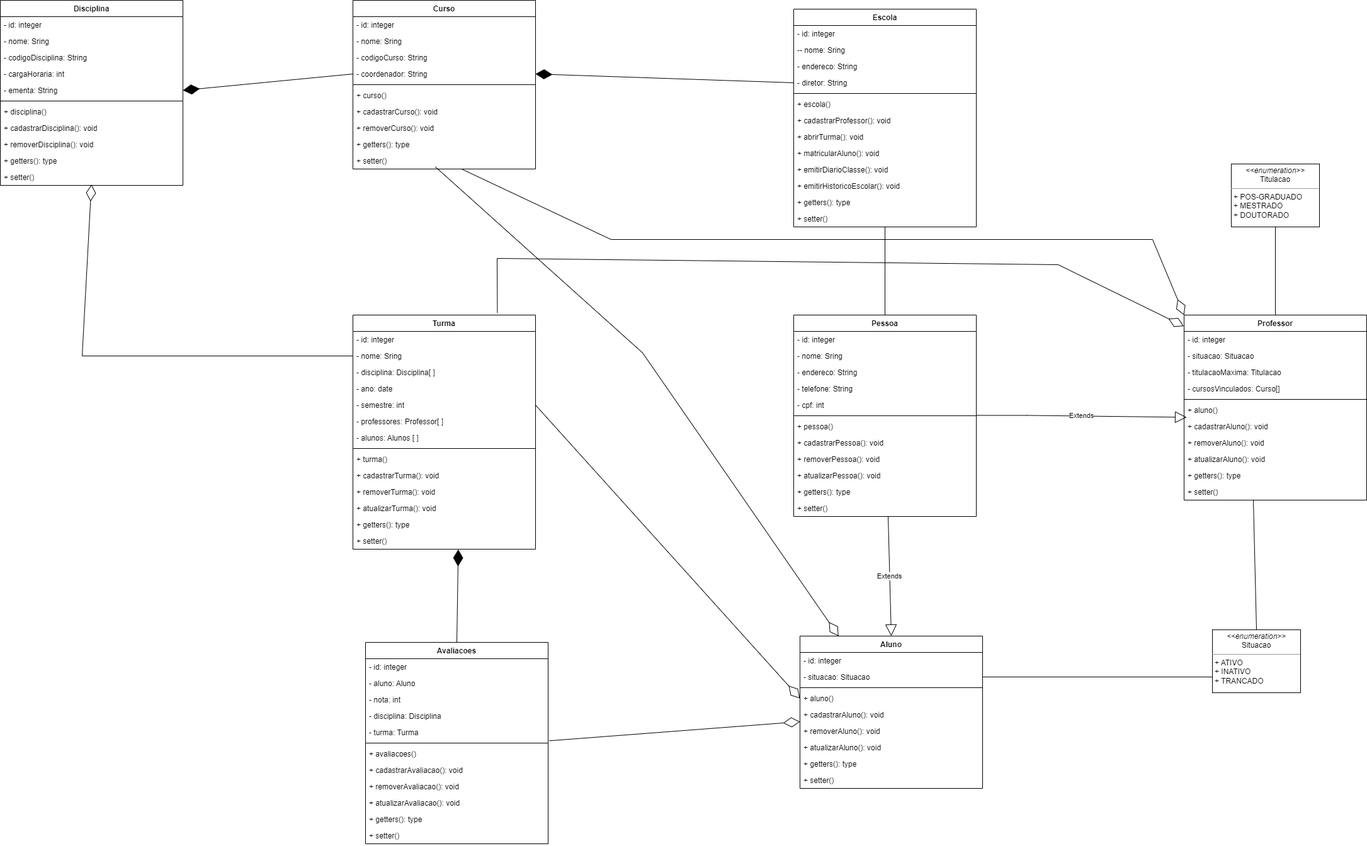
Earlier version of the draw.io export Diagrams/prova-Diagram-Q2-draw.drawio.png (edsonsreis/Avaliacao_OOP). Source tidied: cells renumbered, new cells last; positions are measured from the earlier drawing's top-left corner, leaving out a move shared by most shapes.
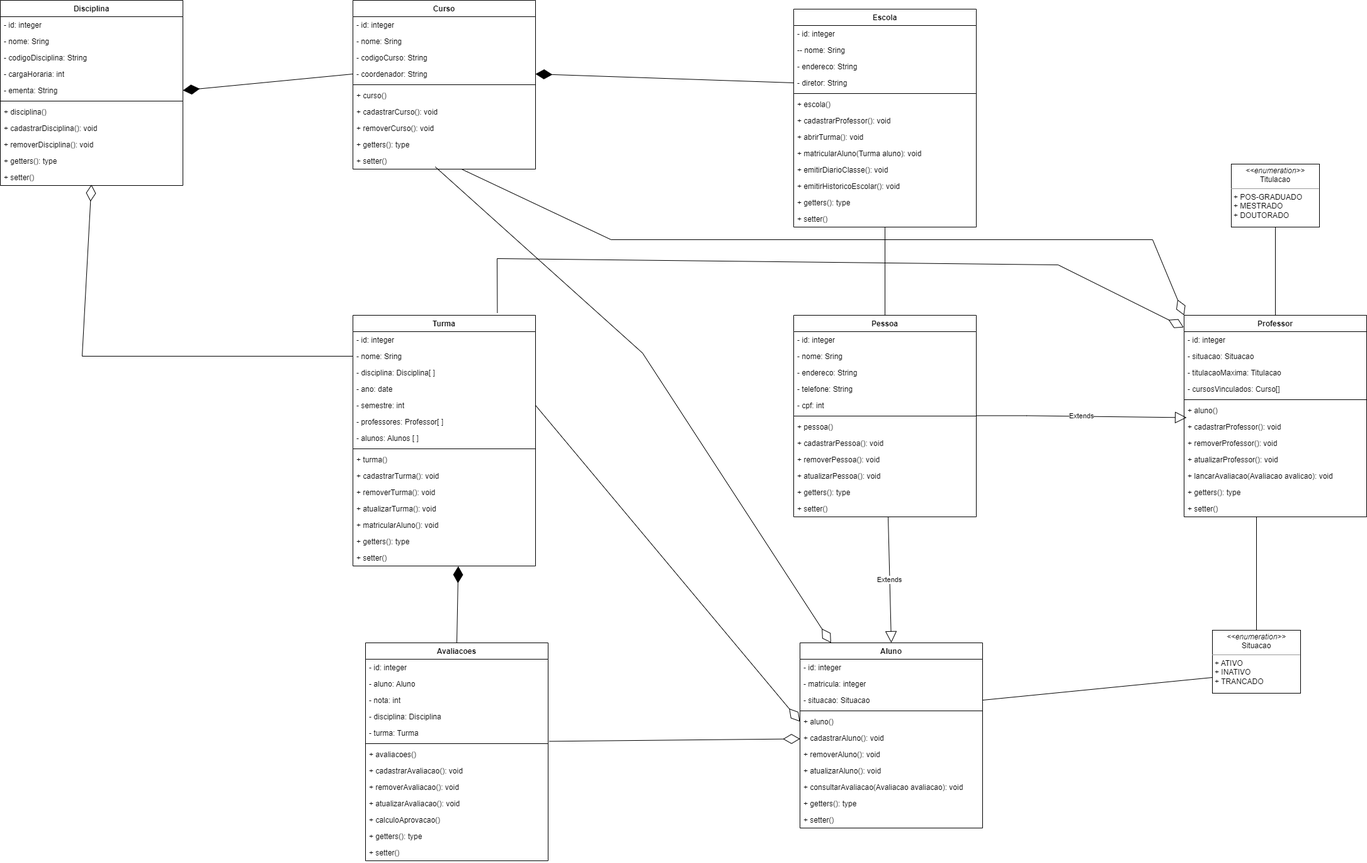
Above is the later version.

The edit, as a diff of the source:
```diff
@@ -29,7 +29,7 @@
     <mxCell id="10" value="+ abrirTurma(): void" style="text;strokeColor=none;fillColor=none;align=left;verticalAlign=top;spacingLeft=4;spacingRight=4;overflow=hidden;whiteSpace=wrap;html=1;" parent="2" vertex="1">
       <mxGeometry y="190" width="290" height="26" as="geometry" />
     </mxCell>
-    <mxCell id="11" value="+ matricularAluno(): void" style="text;strokeColor=none;fillColor=none;align=left;verticalAlign=top;spacingLeft=4;spacingRight=4;overflow=hidden;whiteSpace=wrap;html=1;" parent="2" vertex="1">
+    <mxCell id="11" value="+ matricularAluno(Turma aluno): void" style="text;strokeColor=none;fillColor=none;align=left;verticalAlign=top;spacingLeft=4;spacingRight=4;overflow=hidden;whiteSpace=wrap;html=1;" parent="2" vertex="1">
       <mxGeometry y="216" width="290" height="26" as="geometry" />
     </mxCell>
     <mxCell id="12" value="+ emitirDiarioClasse(): void" style="text;strokeColor=none;fillColor=none;align=left;verticalAlign=top;spacingLeft=4;spacingRight=4;overflow=hidden;whiteSpace=wrap;html=1;" parent="2" vertex="1">
@@ -114,34 +114,40 @@
       <mxGeometry y="268" width="290" height="26" as="geometry" />
     </mxCell>
     <mxCell id="39" value="Aluno" style="swimlane;fontStyle=1;align=center;verticalAlign=top;horizontal=1;startSize=26;whiteSpace=wrap;html=1;" parent="1" vertex="1">
-      <mxGeometry x="1270" y="1010" width="290" height="242" as="geometry" />
+      <mxGeometry x="1270" y="1020" width="290" height="294" as="geometry" />
     </mxCell>
     <mxCell id="40" value="- id: integer" style="text;strokeColor=none;fillColor=none;align=left;verticalAlign=top;spacingLeft=4;spacingRight=4;overflow=hidden;whiteSpace=wrap;html=1;" parent="39" vertex="1">
       <mxGeometry y="26" width="290" height="26" as="geometry" />
     </mxCell>
+    <mxCell id="119" value="- matricula: integer" style="text;strokeColor=none;fillColor=none;align=left;verticalAlign=top;spacingLeft=4;spacingRight=4;overflow=hidden;whiteSpace=wrap;html=1;" parent="39" vertex="1">
+      <mxGeometry y="52" width="290" height="26" as="geometry" />
+    </mxCell>
     <mxCell id="41" value="- situacao: Situacao" style="text;strokeColor=none;fillColor=none;align=left;verticalAlign=top;spacingLeft=4;spacingRight=4;overflow=hidden;points=[[0,0.5],[1,0.5]];portConstraint=eastwest;whiteSpace=wrap;html=1;" parent="39" vertex="1">
-      <mxGeometry y="52" width="290" height="26" as="geometry" />
+      <mxGeometry y="78" width="290" height="26" as="geometry" />
     </mxCell>
     <mxCell id="42" style="line;strokeWidth=1;fillColor=none;align=left;verticalAlign=middle;spacingTop=-1;spacingLeft=3;spacingRight=3;labelPosition=right;strokeColor=inherit;" parent="39" vertex="1">
-      <mxGeometry y="78" width="290" height="8" as="geometry" />
+      <mxGeometry y="104" width="290" height="8" as="geometry" />
     </mxCell>
     <mxCell id="43" value="+ aluno()" style="text;strokeColor=none;fillColor=none;align=left;verticalAlign=top;spacingLeft=4;spacingRight=4;overflow=hidden;points=[[0,0.5],[1,0.5]];portConstraint=eastwest;whiteSpace=wrap;html=1;" parent="39" vertex="1">
-      <mxGeometry y="86" width="290" height="26" as="geometry" />
+      <mxGeometry y="112" width="290" height="26" as="geometry" />
     </mxCell>
     <mxCell id="44" value="+ cadastrarAluno(): void" style="text;strokeColor=none;fillColor=none;align=left;verticalAlign=top;spacingLeft=4;spacingRight=4;overflow=hidden;points=[[0,0.5],[1,0.5]];portConstraint=eastwest;whiteSpace=wrap;html=1;" parent="39" vertex="1">
-      <mxGeometry y="112" width="290" height="26" as="geometry" />
+      <mxGeometry y="138" width="290" height="26" as="geometry" />
     </mxCell>
     <mxCell id="45" value="+ removerAluno(): void" style="text;strokeColor=none;fillColor=none;align=left;verticalAlign=top;spacingLeft=4;spacingRight=4;overflow=hidden;whiteSpace=wrap;html=1;" parent="39" vertex="1">
-      <mxGeometry y="138" width="290" height="26" as="geometry" />
+      <mxGeometry y="164" width="290" height="26" as="geometry" />
     </mxCell>
     <mxCell id="46" value="+ atualizarAluno(): void" style="text;strokeColor=none;fillColor=none;align=left;verticalAlign=top;spacingLeft=4;spacingRight=4;overflow=hidden;whiteSpace=wrap;html=1;" parent="39" vertex="1">
-      <mxGeometry y="164" width="290" height="26" as="geometry" />
+      <mxGeometry y="190" width="290" height="26" as="geometry" />
     </mxCell>
+    <mxCell id="120" value="+ consultarAvaliacao(Avaliacao avaliacao): void" style="text;strokeColor=none;fillColor=none;align=left;verticalAlign=top;spacingLeft=4;spacingRight=4;overflow=hidden;whiteSpace=wrap;html=1;" parent="39" vertex="1">
+      <mxGeometry y="216" width="290" height="26" as="geometry" />
+    </mxCell>
     <mxCell id="47" value="+ getters(): type" style="text;strokeColor=none;fillColor=none;align=left;verticalAlign=top;spacingLeft=4;spacingRight=4;overflow=hidden;whiteSpace=wrap;html=1;" parent="39" vertex="1">
-      <mxGeometry y="190" width="290" height="26" as="geometry" />
+      <mxGeometry y="242" width="290" height="26" as="geometry" />
     </mxCell>
     <mxCell id="48" value="+ setter()" style="text;strokeColor=none;fillColor=none;align=left;verticalAlign=top;spacingLeft=4;spacingRight=4;overflow=hidden;whiteSpace=wrap;html=1;" parent="39" vertex="1">
-      <mxGeometry y="216" width="290" height="26" as="geometry" />
+      <mxGeometry y="268" width="290" height="26" as="geometry" />
     </mxCell>
     <mxCell id="49" value="&lt;p style=&quot;margin:0px;margin-top:4px;text-align:center;&quot;&gt;&lt;i&gt;&amp;lt;&amp;lt;enumeration&amp;gt;&amp;gt;&lt;/i&gt;&lt;br&gt;Situacao&lt;/p&gt;&lt;hr size=&quot;1&quot;&gt;&lt;p style=&quot;margin:0px;margin-left:4px;&quot;&gt;+ ATIVO&lt;br&gt;&lt;/p&gt;&lt;p style=&quot;margin:0px;margin-left:4px;&quot;&gt;+ INATIVO&lt;br&gt;+ TRANCADO&lt;/p&gt;&lt;p style=&quot;margin:0px;margin-left:4px;&quot;&gt;&lt;br&gt;&lt;/p&gt;&lt;p style=&quot;margin:0px;margin-left:4px;&quot;&gt;&lt;br&gt;&lt;/p&gt;" style="verticalAlign=top;align=left;overflow=fill;fontSize=12;fontFamily=Helvetica;html=1;whiteSpace=wrap;" parent="1" vertex="1">
       <mxGeometry x="1925" y="1000" width="140" height="100" as="geometry" />
@@ -191,7 +197,7 @@
       </mxGeometry>
     </mxCell>
     <mxCell id="64" value="Professor" style="swimlane;fontStyle=1;align=center;verticalAlign=top;horizontal=1;startSize=26;whiteSpace=wrap;html=1;" parent="1" vertex="1">
-      <mxGeometry x="1880" y="500" width="290" height="294" as="geometry" />
+      <mxGeometry x="1880" y="500" width="290" height="320" as="geometry" />
     </mxCell>
     <mxCell id="65" value="- id: integer" style="text;strokeColor=none;fillColor=none;align=left;verticalAlign=top;spacingLeft=4;spacingRight=4;overflow=hidden;whiteSpace=wrap;html=1;" parent="64" vertex="1">
       <mxGeometry y="26" width="290" height="26" as="geometry" />
@@ -211,26 +217,29 @@
     <mxCell id="70" value="+ aluno()" style="text;strokeColor=none;fillColor=none;align=left;verticalAlign=top;spacingLeft=4;spacingRight=4;overflow=hidden;whiteSpace=wrap;html=1;" parent="64" vertex="1">
       <mxGeometry y="138" width="290" height="26" as="geometry" />
     </mxCell>
-    <mxCell id="71" value="+ cadastrarAluno(): void" style="text;strokeColor=none;fillColor=none;align=left;verticalAlign=top;spacingLeft=4;spacingRight=4;overflow=hidden;points=[[0,0.5],[1,0.5]];portConstraint=eastwest;whiteSpace=wrap;html=1;" parent="64" vertex="1">
+    <mxCell id="71" value="+ cadastrarProfessor(): void" style="text;strokeColor=none;fillColor=none;align=left;verticalAlign=top;spacingLeft=4;spacingRight=4;overflow=hidden;points=[[0,0.5],[1,0.5]];portConstraint=eastwest;whiteSpace=wrap;html=1;" parent="64" vertex="1">
       <mxGeometry y="164" width="290" height="26" as="geometry" />
     </mxCell>
-    <mxCell id="72" value="+ removerAluno(): void" style="text;strokeColor=none;fillColor=none;align=left;verticalAlign=top;spacingLeft=4;spacingRight=4;overflow=hidden;whiteSpace=wrap;html=1;" parent="64" vertex="1">
+    <mxCell id="72" value="+ removerProfessor(): void" style="text;strokeColor=none;fillColor=none;align=left;verticalAlign=top;spacingLeft=4;spacingRight=4;overflow=hidden;whiteSpace=wrap;html=1;" parent="64" vertex="1">
       <mxGeometry y="190" width="290" height="26" as="geometry" />
     </mxCell>
-    <mxCell id="73" value="+ atualizarAluno(): void" style="text;strokeColor=none;fillColor=none;align=left;verticalAlign=top;spacingLeft=4;spacingRight=4;overflow=hidden;whiteSpace=wrap;html=1;" parent="64" vertex="1">
+    <mxCell id="73" value="+ atualizarProfessor(): void" style="text;strokeColor=none;fillColor=none;align=left;verticalAlign=top;spacingLeft=4;spacingRight=4;overflow=hidden;whiteSpace=wrap;html=1;" parent="64" vertex="1">
       <mxGeometry y="216" width="290" height="26" as="geometry" />
     </mxCell>
+    <mxCell id="121" value="+ lancarAvaliacao(Avaliacao avalicao): void" style="text;strokeColor=none;fillColor=none;align=left;verticalAlign=top;spacingLeft=4;spacingRight=4;overflow=hidden;whiteSpace=wrap;html=1;" parent="64" vertex="1">
+      <mxGeometry y="242" width="290" height="26" as="geometry" />
+    </mxCell>
     <mxCell id="74" value="+ getters(): type" style="text;strokeColor=none;fillColor=none;align=left;verticalAlign=top;spacingLeft=4;spacingRight=4;overflow=hidden;whiteSpace=wrap;html=1;" parent="64" vertex="1">
-      <mxGeometry y="242" width="290" height="26" as="geometry" />
+      <mxGeometry y="268" width="290" height="26" as="geometry" />
     </mxCell>
     <mxCell id="75" value="+ setter()" style="text;strokeColor=none;fillColor=none;align=left;verticalAlign=top;spacingLeft=4;spacingRight=4;overflow=hidden;whiteSpace=wrap;html=1;" parent="64" vertex="1">
-      <mxGeometry y="268" width="290" height="26" as="geometry" />
+      <mxGeometry y="294" width="290" height="26" as="geometry" />
     </mxCell>
     <mxCell id="76" value="&lt;p style=&quot;margin:0px;margin-top:4px;text-align:center;&quot;&gt;&lt;i&gt;&amp;lt;&amp;lt;enumeration&amp;gt;&amp;gt;&lt;/i&gt;&lt;br&gt;Titulacao&lt;/p&gt;&lt;hr size=&quot;1&quot;&gt;&lt;p style=&quot;margin:0px;margin-left:4px;&quot;&gt;+ POS-GRADUADO&lt;br&gt;&lt;/p&gt;&lt;p style=&quot;margin:0px;margin-left:4px;&quot;&gt;+ MESTRADO&lt;br&gt;+ DOUTORADO&lt;/p&gt;&lt;p style=&quot;margin:0px;margin-left:4px;&quot;&gt;&lt;br&gt;&lt;/p&gt;&lt;p style=&quot;margin:0px;margin-left:4px;&quot;&gt;&lt;br&gt;&lt;/p&gt;" style="verticalAlign=top;align=left;overflow=fill;fontSize=12;fontFamily=Helvetica;html=1;whiteSpace=wrap;" parent="1" vertex="1">
       <mxGeometry x="1955" y="260" width="140" height="100" as="geometry" />
     </mxCell>
     <mxCell id="77" value="Turma" style="swimlane;fontStyle=1;align=center;verticalAlign=top;horizontal=1;startSize=26;whiteSpace=wrap;html=1;" parent="1" vertex="1">
-      <mxGeometry x="560" y="500" width="290" height="372" as="geometry" />
+      <mxGeometry x="560" y="500" width="290" height="398" as="geometry" />
     </mxCell>
     <mxCell id="78" value="- id: integer" style="text;strokeColor=none;fillColor=none;align=left;verticalAlign=top;spacingLeft=4;spacingRight=4;overflow=hidden;whiteSpace=wrap;html=1;" parent="77" vertex="1">
       <mxGeometry y="26" width="290" height="26" as="geometry" />
@@ -268,14 +277,17 @@
     <mxCell id="89" value="+ atualizarTurma(): void" style="text;strokeColor=none;fillColor=none;align=left;verticalAlign=top;spacingLeft=4;spacingRight=4;overflow=hidden;whiteSpace=wrap;html=1;" parent="77" vertex="1">
       <mxGeometry y="294" width="290" height="26" as="geometry" />
     </mxCell>
+    <mxCell id="122" value="+ matricularAluno(): void" style="text;strokeColor=none;fillColor=none;align=left;verticalAlign=top;spacingLeft=4;spacingRight=4;overflow=hidden;whiteSpace=wrap;html=1;" parent="77" vertex="1">
+      <mxGeometry y="320" width="290" height="26" as="geometry" />
+    </mxCell>
     <mxCell id="90" value="+ getters(): type" style="text;strokeColor=none;fillColor=none;align=left;verticalAlign=top;spacingLeft=4;spacingRight=4;overflow=hidden;whiteSpace=wrap;html=1;" parent="77" vertex="1">
-      <mxGeometry y="320" width="290" height="26" as="geometry" />
+      <mxGeometry y="346" width="290" height="26" as="geometry" />
     </mxCell>
     <mxCell id="91" value="+ setter()" style="text;strokeColor=none;fillColor=none;align=left;verticalAlign=top;spacingLeft=4;spacingRight=4;overflow=hidden;points=[[0,0.5],[1,0.5]];portConstraint=eastwest;whiteSpace=wrap;html=1;" parent="77" vertex="1">
-      <mxGeometry y="346" width="290" height="26" as="geometry" />
+      <mxGeometry y="372" width="290" height="26" as="geometry" />
     </mxCell>
     <mxCell id="92" value="Avaliacoes" style="swimlane;fontStyle=1;align=center;verticalAlign=top;horizontal=1;startSize=26;whiteSpace=wrap;html=1;" parent="1" vertex="1">
-      <mxGeometry x="580" y="1020" width="290" height="320" as="geometry" />
+      <mxGeometry x="580" y="1020" width="290" height="346" as="geometry" />
     </mxCell>
     <mxCell id="93" value="- id: integer" style="text;strokeColor=none;fillColor=none;align=left;verticalAlign=top;spacingLeft=4;spacingRight=4;overflow=hidden;whiteSpace=wrap;html=1;" parent="92" vertex="1">
       <mxGeometry y="26" width="290" height="26" as="geometry" />
@@ -307,11 +319,14 @@
     <mxCell id="102" value="+ atualizarAvaliacao(): void" style="text;strokeColor=none;fillColor=none;align=left;verticalAlign=top;spacingLeft=4;spacingRight=4;overflow=hidden;whiteSpace=wrap;html=1;" parent="92" vertex="1">
       <mxGeometry y="242" width="290" height="26" as="geometry" />
     </mxCell>
+    <mxCell id="123" value="+ calculoAprovacao()" style="text;strokeColor=none;fillColor=none;align=left;verticalAlign=top;spacingLeft=4;spacingRight=4;overflow=hidden;whiteSpace=wrap;html=1;" parent="92" vertex="1">
+      <mxGeometry y="268" width="290" height="26" as="geometry" />
+    </mxCell>
     <mxCell id="103" value="+ getters(): type" style="text;strokeColor=none;fillColor=none;align=left;verticalAlign=top;spacingLeft=4;spacingRight=4;overflow=hidden;whiteSpace=wrap;html=1;" parent="92" vertex="1">
-      <mxGeometry y="268" width="290" height="26" as="geometry" />
+      <mxGeometry y="294" width="290" height="26" as="geometry" />
     </mxCell>
     <mxCell id="104" value="+ setter()" style="text;strokeColor=none;fillColor=none;align=left;verticalAlign=top;spacingLeft=4;spacingRight=4;overflow=hidden;whiteSpace=wrap;html=1;" parent="92" vertex="1">
-      <mxGeometry y="294" width="290" height="26" as="geometry" />
+      <mxGeometry y="320" width="290" height="26" as="geometry" />
     </mxCell>
     <mxCell id="105" value="Extends" style="endArrow=block;endSize=16;endFill=0;html=1;rounded=0;entryX=0.014;entryY=-0.059;entryDx=0;entryDy=0;entryPerimeter=0;" parent="1" edge="1" target="71">
       <mxGeometry relative="1" as="geometry">
@@ -327,9 +342,9 @@
     <mxCell id="107" style="endArrow=none;html=1;rounded=0;entryX=0;entryY=0.75;entryDx=0;entryDy=0;exitX=1;exitY=0.5;exitDx=0;exitDy=0;" parent="1" edge="1" source="41" target="49">
       <mxGeometry relative="1" as="geometry" />
     </mxCell>
-    <mxCell id="108" style="endArrow=none;html=1;rounded=0;exitX=1;exitY=0.5;exitDx=0;exitDy=0;entryX=0.5;entryY=0;entryDx=0;entryDy=0;" parent="1" edge="1" target="49">
+    <mxCell id="108" style="endArrow=none;html=1;rounded=0;entryX=0.5;entryY=0;entryDx=0;entryDy=0;" parent="1" edge="1" target="49">
       <mxGeometry relative="1" as="geometry">
-        <mxPoint x="1990" y="794" as="sourcePoint" />
+        <mxPoint x="1995" y="820" as="sourcePoint" />
       </mxGeometry>
     </mxCell>
     <mxCell id="109" style="endArrow=none;html=1;rounded=0;entryX=0.5;entryY=0;entryDx=0;entryDy=0;" parent="1" edge="1" source="15" target="50">
```
